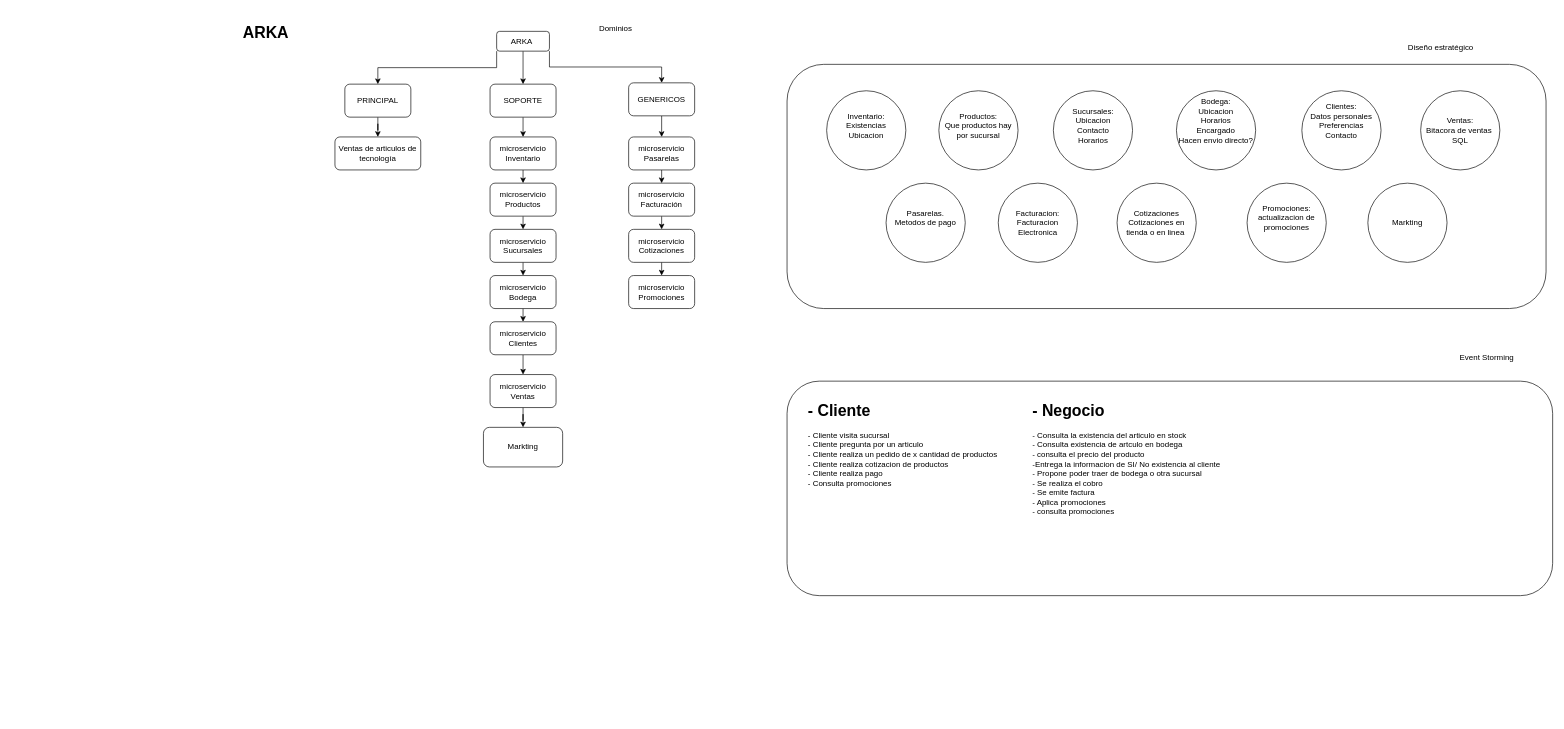
This is PROYECTO ETAPA 1/Diagrama ARKA.drawio from Santiago079393/AceleraTI2025, a draw.io file, before an edit. Source tidied: cells renumbered, new cells numbered last; positions are measured from the earlier drawing's top-left corner, leaving out a move shared by most shapes. Both pictures are drawn from the tidied source at 66%, with x=0, y=0 at pixel (236, 20).
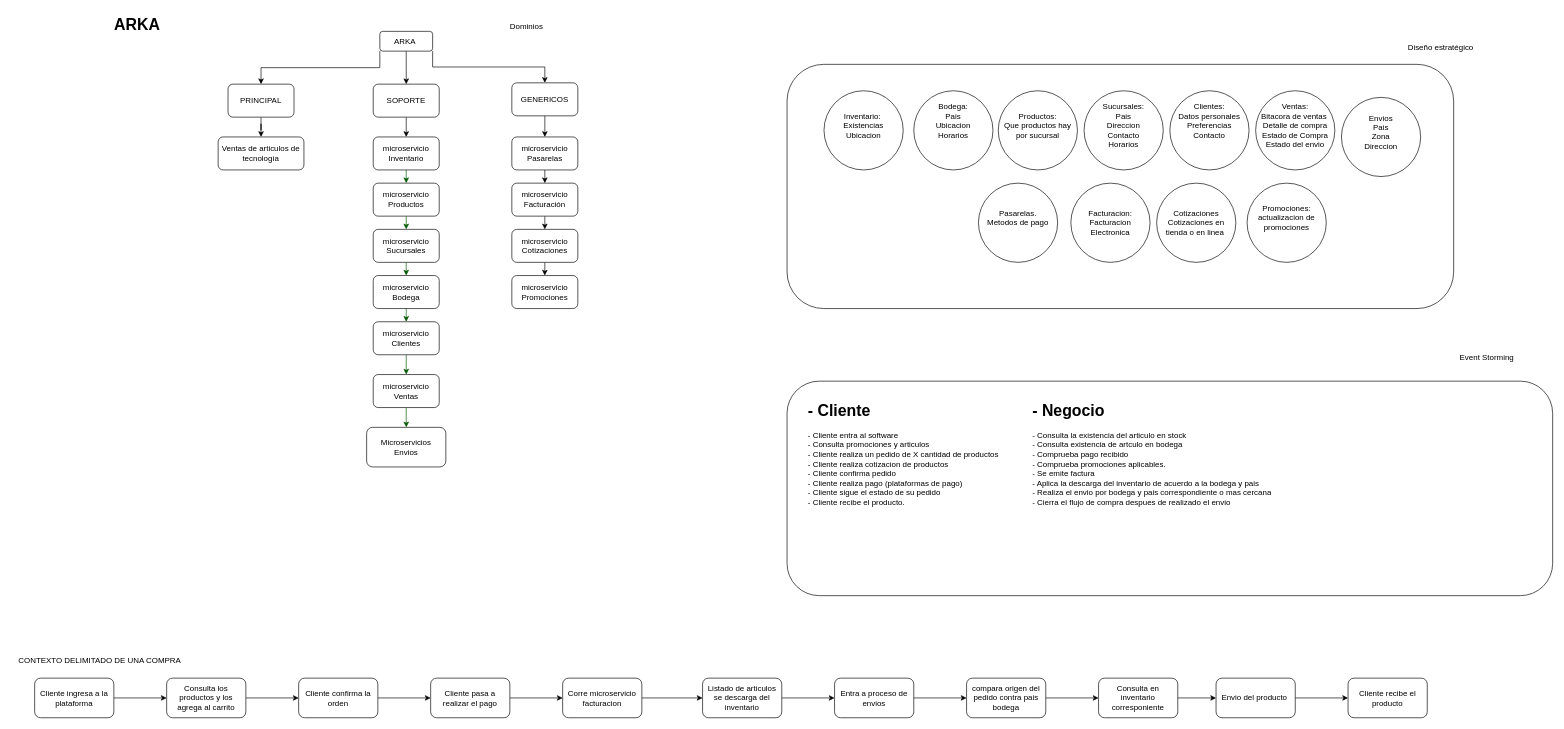
The same page after the edit.

Commit message:
actualizacion de diagrama Arka

Change to the diagram source:
```diff
@@
     <mxCell id="5" value="ARKA&amp;nbsp;" style="rounded=1;whiteSpace=wrap;html=1;" parent="1" vertex="1">
-      <mxGeometry x="395" y="17" width="80" height="30" as="geometry" />
+      <mxGeometry x="218" y="17" width="80" height="30" as="geometry" />
     </mxCell>
@@
     <mxCell id="7" value="PRINCIPAL" style="rounded=1;whiteSpace=wrap;html=1;" parent="1" vertex="1">
-      <mxGeometry x="165" y="97" width="100" height="50" as="geometry" />
+      <mxGeometry x="-12" y="97" width="100" height="50" as="geometry" />
     </mxCell>
@@
     <mxCell id="9" value="SOPORTE" style="rounded=1;whiteSpace=wrap;html=1;" parent="1" vertex="1">
-      <mxGeometry x="385" y="97" width="100" height="50" as="geometry" />
+      <mxGeometry x="208" y="97" width="100" height="50" as="geometry" />
     </mxCell>
@@
     <mxCell id="11" value="GENERICOS" style="rounded=1;whiteSpace=wrap;html=1;" parent="1" vertex="1">
-      <mxGeometry x="595" y="95" width="100" height="50" as="geometry" />
+      <mxGeometry x="418" y="95" width="100" height="50" as="geometry" />
     </mxCell>
-    <mxCell id="12" style="edgeStyle=orthogonalEdgeStyle;rounded=0;jettySize=auto;html=1;exitX=0.5;exitY=1;exitDx=0;exitDy=0;entryX=0.5;entryY=0;entryDx=0;entryDy=0;" parent="1" edge="1" source="13" target="25">
+    <mxCell id="12" style="edgeStyle=orthogonalEdgeStyle;rounded=0;jettySize=auto;html=1;exitX=0.5;exitY=1;exitDx=0;exitDy=0;entryX=0.5;entryY=0;entryDx=0;entryDy=0;fillColor=#008a00;strokeColor=#005700;" parent="1" edge="1" source="13" target="25">
       <mxGeometry relative="1" as="geometry" />
     </mxCell>
     <mxCell id="13" value="microservicio&lt;div&gt;Inventario&lt;/div&gt;" style="rounded=1;whiteSpace=wrap;html=1;" parent="1" vertex="1">
-      <mxGeometry x="385" y="177" width="100" height="50" as="geometry" />
+      <mxGeometry x="208" y="177" width="100" height="50" as="geometry" />
     </mxCell>
-    <mxCell id="14" style="edgeStyle=orthogonalEdgeStyle;rounded=0;jettySize=auto;html=1;exitX=0.5;exitY=1;exitDx=0;exitDy=0;entryX=0.5;entryY=0;entryDx=0;entryDy=0;" parent="1" edge="1" source="15" target="17">
+    <mxCell id="14" style="edgeStyle=orthogonalEdgeStyle;rounded=0;jettySize=auto;html=1;exitX=0.5;exitY=1;exitDx=0;exitDy=0;entryX=0.5;entryY=0;entryDx=0;entryDy=0;fillColor=#008a00;strokeColor=#005700;" parent="1" edge="1" source="15" target="17">
       <mxGeometry relative="1" as="geometry" />
     </mxCell>
     <mxCell id="15" value="microservicio&lt;div&gt;Sucursales&lt;/div&gt;" style="rounded=1;whiteSpace=wrap;html=1;" parent="1" vertex="1">
-      <mxGeometry x="385" y="317" width="100" height="50" as="geometry" />
+      <mxGeometry x="208" y="317" width="100" height="50" as="geometry" />
     </mxCell>
-    <mxCell id="16" style="edgeStyle=orthogonalEdgeStyle;rounded=0;jettySize=auto;html=1;exitX=0.5;exitY=1;exitDx=0;exitDy=0;entryX=0.5;entryY=0;entryDx=0;entryDy=0;" parent="1" edge="1" source="17" target="19">
+    <mxCell id="16" style="edgeStyle=orthogonalEdgeStyle;rounded=0;jettySize=auto;html=1;exitX=0.5;exitY=1;exitDx=0;exitDy=0;entryX=0.5;entryY=0;entryDx=0;entryDy=0;fillColor=#008a00;strokeColor=#005700;" parent="1" edge="1" source="17" target="19">
       <mxGeometry relative="1" as="geometry" />
     </mxCell>
     <mxCell id="17" value="microservicio&lt;div&gt;Bodega&lt;/div&gt;" style="rounded=1;whiteSpace=wrap;html=1;" parent="1" vertex="1">
-      <mxGeometry x="385" y="387" width="100" height="50" as="geometry" />
+      <mxGeometry x="208" y="387" width="100" height="50" as="geometry" />
     </mxCell>
-    <mxCell id="18" style="edgeStyle=orthogonalEdgeStyle;rounded=0;jettySize=auto;html=1;exitX=0.5;exitY=1;exitDx=0;exitDy=0;entryX=0.5;entryY=0;entryDx=0;entryDy=0;" parent="1" edge="1" source="19" target="30">
+    <mxCell id="18" style="edgeStyle=orthogonalEdgeStyle;rounded=0;jettySize=auto;html=1;exitX=0.5;exitY=1;exitDx=0;exitDy=0;entryX=0.5;entryY=0;entryDx=0;entryDy=0;fillColor=#008a00;strokeColor=#005700;" parent="1" edge="1" source="19" target="30">
       <mxGeometry relative="1" as="geometry" />
     </mxCell>
     <mxCell id="19" value="microservicio&lt;div&gt;Clientes&lt;/div&gt;" style="rounded=1;whiteSpace=wrap;html=1;" parent="1" vertex="1">
-      <mxGeometry x="385" y="457" width="100" height="50" as="geometry" />
+      <mxGeometry x="208" y="457" width="100" height="50" as="geometry" />
     </mxCell>
@@
     <mxCell id="21" value="microservicio&lt;div&gt;Pasarelas&lt;/div&gt;" style="rounded=1;whiteSpace=wrap;html=1;" parent="1" vertex="1">
-      <mxGeometry x="595" y="177" width="100" height="50" as="geometry" />
+      <mxGeometry x="418" y="177" width="100" height="50" as="geometry" />
     </mxCell>
@@
     <mxCell id="23" value="microservicio&lt;div&gt;Facturación&lt;/div&gt;" style="rounded=1;whiteSpace=wrap;html=1;" parent="1" vertex="1">
-      <mxGeometry x="595" y="247" width="100" height="50" as="geometry" />
+      <mxGeometry x="418" y="247" width="100" height="50" as="geometry" />
     </mxCell>
-    <mxCell id="24" style="edgeStyle=orthogonalEdgeStyle;rounded=0;jettySize=auto;html=1;exitX=0.5;exitY=1;exitDx=0;exitDy=0;entryX=0.5;entryY=0;entryDx=0;entryDy=0;" parent="1" edge="1" source="25" target="15">
+    <mxCell id="24" style="edgeStyle=orthogonalEdgeStyle;rounded=0;jettySize=auto;html=1;exitX=0.5;exitY=1;exitDx=0;exitDy=0;entryX=0.5;entryY=0;entryDx=0;entryDy=0;fillColor=#008a00;strokeColor=#005700;" parent="1" edge="1" source="25" target="15">
       <mxGeometry relative="1" as="geometry" />
     </mxCell>
     <mxCell id="25" value="microservicio&lt;div&gt;Productos&lt;/div&gt;" style="rounded=1;whiteSpace=wrap;html=1;" parent="1" vertex="1">
-      <mxGeometry x="385" y="247" width="100" height="50" as="geometry" />
+      <mxGeometry x="208" y="247" width="100" height="50" as="geometry" />
     </mxCell>
     <mxCell id="26" value="Ventas de articulos de tecnología" style="rounded=1;whiteSpace=wrap;html=1;" parent="1" vertex="1">
-      <mxGeometry x="150" y="177" width="130" height="50" as="geometry" />
+      <mxGeometry x="-27" y="177" width="130" height="50" as="geometry" />
     </mxCell>
@@
     <mxCell id="28" value="microservicio&lt;div&gt;Cotizaciones&lt;/div&gt;" style="rounded=1;whiteSpace=wrap;html=1;" parent="1" vertex="1">
-      <mxGeometry x="595" y="317" width="100" height="50" as="geometry" />
+      <mxGeometry x="418" y="317" width="100" height="50" as="geometry" />
     </mxCell>
-    <mxCell id="29" style="edgeStyle=orthogonalEdgeStyle;rounded=0;jettySize=auto;html=1;" parent="1" edge="1" source="30" target="32">
-      <mxGeometry relative="1" as="geometry" />
+    <mxCell id="29" style="edgeStyle=orthogonalEdgeStyle;rounded=0;jettySize=auto;html=1;fillColor=#008a00;strokeColor=#005700;" parent="1" edge="1" source="30">
+      <mxGeometry relative="1" as="geometry">
+        <mxPoint x="258.1" y="617" as="targetPoint" />
+      </mxGeometry>
     </mxCell>
     <mxCell id="30" value="microservicio&lt;div&gt;Ventas&lt;/div&gt;" style="rounded=1;whiteSpace=wrap;html=1;" parent="1" vertex="1">
-      <mxGeometry x="385" y="537" width="100" height="50" as="geometry" />
+      <mxGeometry x="208" y="537" width="100" height="50" as="geometry" />
     </mxCell>
     <mxCell id="31" value="microservicio&lt;div&gt;Promociones&lt;/div&gt;" style="rounded=1;whiteSpace=wrap;html=1;" parent="1" vertex="1">
-      <mxGeometry x="595" y="387" width="100" height="50" as="geometry" />
+      <mxGeometry x="418" y="387" width="100" height="50" as="geometry" />
     </mxCell>
-    <mxCell id="32" value="Markting" style="whiteSpace=wrap;html=1;rounded=1;" parent="1" vertex="1">
-      <mxGeometry x="375" y="617" width="120" height="60" as="geometry" />
-    </mxCell>
     <mxCell id="33" value="Dominios&lt;div&gt;&lt;br&gt;&lt;/div&gt;" style="text;html=1;align=center;verticalAlign=middle;strokeColor=none;fillColor=none;" parent="1" vertex="1">
-      <mxGeometry x="540" width="70" height="40" as="geometry" />
+      <mxGeometry x="405" y="-3" width="70" height="40" as="geometry" />
     </mxCell>
@@
     <mxCell id="35" style="rounded=1;whiteSpace=wrap;html=1;" parent="1" vertex="1">
-      <mxGeometry x="835" y="67" width="1150" height="370" as="geometry" />
+      <mxGeometry x="835" y="67" width="1010" height="370" as="geometry" />
     </mxCell>
-    <mxCell id="36" value="Ventas:&lt;div&gt;Bitacora de ventas&amp;nbsp;&lt;/div&gt;&lt;div&gt;SQL&lt;/div&gt;" style="ellipse;whiteSpace=wrap;html=1;" parent="1" vertex="1">
-      <mxGeometry x="1795" y="107" width="120" height="120" as="geometry" />
+    <mxCell id="36" value="Ventas:&lt;div&gt;Bitacora de ventas&amp;nbsp;&lt;/div&gt;&lt;div&gt;Detalle de compra&lt;/div&gt;&lt;div&gt;Estado de Compra&lt;/div&gt;&lt;div&gt;Estado del envio&lt;/div&gt;&lt;div&gt;&lt;br&gt;&lt;/div&gt;" style="ellipse;whiteSpace=wrap;html=1;" parent="1" vertex="1">
+      <mxGeometry x="1545" y="107" width="120" height="120" as="geometry" />
     </mxCell>
     <mxCell id="37" value="Clientes:&lt;div&gt;Datos personales&lt;/div&gt;&lt;div&gt;Preferencias&lt;/div&gt;&lt;div&gt;Contacto&lt;/div&gt;&lt;div&gt;&lt;br&gt;&lt;/div&gt;&lt;div&gt;&lt;br&gt;&lt;/div&gt;" style="ellipse;whiteSpace=wrap;html=1;" parent="1" vertex="1">
-      <mxGeometry x="1615" y="107" width="120" height="120" as="geometry" />
+      <mxGeometry x="1415" y="107" width="120" height="120" as="geometry" />
     </mxCell>
-    <mxCell id="38" value="Bodega:&lt;div&gt;Ubicacion&lt;/div&gt;&lt;div&gt;Horarios&lt;/div&gt;&lt;div&gt;Encargado&lt;/div&gt;&lt;div&gt;Hacen envio directo?&lt;/div&gt;&lt;div&gt;&lt;br&gt;&lt;/div&gt;&lt;div&gt;&lt;br&gt;&lt;/div&gt;" style="ellipse;whiteSpace=wrap;html=1;" parent="1" vertex="1">
-      <mxGeometry x="1425" y="107" width="120" height="120" as="geometry" />
+    <mxCell id="38" value="Bodega:&lt;div&gt;Pais&lt;br&gt;&lt;div&gt;Ubicacion&lt;/div&gt;&lt;div&gt;Horarios&lt;/div&gt;&lt;div&gt;&lt;br&gt;&lt;/div&gt;&lt;div&gt;&lt;br&gt;&lt;/div&gt;&lt;/div&gt;" style="ellipse;whiteSpace=wrap;html=1;" parent="1" vertex="1">
+      <mxGeometry x="1027" y="107" width="120" height="120" as="geometry" />
     </mxCell>
-    <mxCell id="39" value="Sucursales:&lt;div&gt;Ubicacion&lt;/div&gt;&lt;div&gt;Contacto&lt;/div&gt;&lt;div&gt;Horarios&lt;/div&gt;&lt;div&gt;&lt;br&gt;&lt;/div&gt;" style="ellipse;whiteSpace=wrap;html=1;" parent="1" vertex="1">
-      <mxGeometry x="1238.5" y="107" width="120" height="120" as="geometry" />
+    <mxCell id="39" value="Sucursales:&lt;div&gt;Pais&lt;/div&gt;&lt;div&gt;Direccion&lt;/div&gt;&lt;div&gt;Contacto&lt;/div&gt;&lt;div&gt;Horarios&lt;/div&gt;&lt;div&gt;&lt;br&gt;&lt;/div&gt;" style="ellipse;whiteSpace=wrap;html=1;" parent="1" vertex="1">
+      <mxGeometry x="1285" y="107" width="120" height="120" as="geometry" />
     </mxCell>
     <mxCell id="40" value="Productos:&lt;div&gt;Que productos hay por sucursal&lt;/div&gt;&lt;div&gt;&lt;br&gt;&lt;/div&gt;" style="ellipse;whiteSpace=wrap;html=1;" parent="1" vertex="1">
-      <mxGeometry x="1065" y="107" width="120" height="120" as="geometry" />
+      <mxGeometry x="1155" y="107" width="120" height="120" as="geometry" />
     </mxCell>
-    <mxCell id="41" value="Inventario:&lt;div&gt;Existencias&lt;/div&gt;&lt;div&gt;Ubicacion&lt;/div&gt;&lt;div&gt;&lt;br&gt;&lt;/div&gt;" style="ellipse;whiteSpace=wrap;html=1;" parent="1" vertex="1">
-      <mxGeometry x="895" y="107" width="120" height="120" as="geometry" />
+    <mxCell id="41" value="Inventario:&lt;span style=&quot;background-color: transparent; color: light-dark(rgb(0, 0, 0), rgb(255, 255, 255));&quot;&gt;&amp;nbsp;&lt;/span&gt;&lt;div&gt;&lt;div&gt;Existencias&lt;/div&gt;&lt;div&gt;Ubicacion&lt;/div&gt;&lt;div&gt;&lt;br&gt;&lt;/div&gt;&lt;/div&gt;" style="ellipse;whiteSpace=wrap;html=1;" parent="1" vertex="1">
+      <mxGeometry x="891" y="107" width="120" height="120" as="geometry" />
     </mxCell>
@@
     <mxCell id="43" value="&lt;div&gt;Pasarelas.&lt;/div&gt;&lt;div&gt;Metodos de pago&lt;/div&gt;&lt;div&gt;&lt;br&gt;&lt;/div&gt;" style="ellipse;whiteSpace=wrap;html=1;" parent="1" vertex="1">
-      <mxGeometry x="985" y="247" width="120" height="120" as="geometry" />
+      <mxGeometry x="1125" y="247" width="120" height="120" as="geometry" />
     </mxCell>
     <mxCell id="44" value="&lt;div&gt;Facturacion:&lt;/div&gt;&lt;div&gt;Facturacion Electronica&lt;/div&gt;" style="ellipse;whiteSpace=wrap;html=1;" parent="1" vertex="1">
-      <mxGeometry x="1155" y="247" width="120" height="120" as="geometry" />
+      <mxGeometry x="1265" y="247" width="120" height="120" as="geometry" />
     </mxCell>
     <mxCell id="45" value="&lt;div&gt;Cotizaciones&lt;/div&gt;&lt;div&gt;Cotizaciones en tienda o en linea&amp;nbsp;&lt;/div&gt;" style="ellipse;whiteSpace=wrap;html=1;" parent="1" vertex="1">
-      <mxGeometry x="1335" y="247" width="120" height="120" as="geometry" />
+      <mxGeometry x="1395" y="247" width="120" height="120" as="geometry" />
     </mxCell>
@@
-    <mxCell id="47" value="&lt;div&gt;Markting&lt;/div&gt;" style="ellipse;whiteSpace=wrap;html=1;" parent="1" vertex="1">
-      <mxGeometry x="1715" y="247" width="120" height="120" as="geometry" />
-    </mxCell>
@@
-    <mxCell id="49" value="&lt;h1 style=&quot;margin-top: 0px;&quot;&gt;- Cliente&lt;/h1&gt;&lt;div&gt;- Cliente visita sucursal&lt;/div&gt;&lt;div&gt;- Cliente pregunta por un articulo&lt;/div&gt;&lt;div&gt;- Cliente realiza un pedido de x cantidad de productos&lt;/div&gt;&lt;div&gt;- Cliente realiza cotizacion de productos&lt;/div&gt;&lt;div&gt;- Cliente realiza pago&lt;/div&gt;&lt;div&gt;- Consulta promociones&lt;/div&gt;&lt;div&gt;&lt;br&gt;&lt;/div&gt;" style="text;html=1;whiteSpace=wrap;overflow=hidden;rounded=0;" parent="1" vertex="1">
+    <mxCell id="49" value="&lt;h1 style=&quot;margin-top: 0px;&quot;&gt;- Cliente&lt;/h1&gt;&lt;div&gt;- Cliente entra al software&lt;/div&gt;&lt;div&gt;- Consulta promociones y articulos&lt;/div&gt;&lt;div&gt;- Cliente realiza un pedido de X cantidad de productos&lt;/div&gt;&lt;div&gt;- Cliente realiza cotizacion de productos&lt;/div&gt;&lt;div&gt;- Cliente confirma pedido&amp;nbsp;&lt;/div&gt;&lt;div&gt;- Cliente realiza pago (plataformas de pago)&lt;/div&gt;&lt;div&gt;- Cliente sigue el estado de su pedido&lt;/div&gt;&lt;div&gt;- Cliente recibe el producto.&lt;/div&gt;&lt;div&gt;&lt;br&gt;&lt;/div&gt;&lt;div&gt;&lt;br&gt;&lt;/div&gt;" style="text;html=1;whiteSpace=wrap;overflow=hidden;rounded=0;" parent="1" vertex="1">
       <mxGeometry x="865" y="571" width="400" height="266" as="geometry" />
     </mxCell>
-    <mxCell id="50" value="&lt;h1 style=&quot;margin-top: 0px;&quot;&gt;- Negocio&lt;/h1&gt;&lt;div&gt;- Consulta la existencia del articulo en stock&lt;/div&gt;&lt;div&gt;- Consulta existencia de artculo en bodega&lt;/div&gt;&lt;div&gt;- consulta el precio del producto&amp;nbsp;&lt;/div&gt;&lt;div&gt;-Entrega la informacion de SI/ No existencia al cliente&lt;/div&gt;&lt;div&gt;- Propone poder traer de bodega o otra sucursal&lt;/div&gt;&lt;div&gt;- Se realiza el cobro&lt;/div&gt;&lt;div&gt;- Se emite factura&lt;/div&gt;&lt;div&gt;- Aplica promociones&lt;/div&gt;&lt;div&gt;- consulta promociones&lt;/div&gt;&lt;div&gt;&lt;br&gt;&lt;/div&gt;&lt;div&gt;&lt;br&gt;&lt;/div&gt;" style="text;html=1;whiteSpace=wrap;overflow=hidden;rounded=0;" parent="1" vertex="1">
+    <mxCell id="50" value="&lt;h1 style=&quot;margin-top: 0px;&quot;&gt;- Negocio&lt;/h1&gt;&lt;div&gt;- Consulta la existencia del articulo en stock&amp;nbsp;&lt;/div&gt;&lt;div&gt;- Consulta existencia de artculo en bodega&lt;/div&gt;&lt;div&gt;- Comprueba pago recibido&lt;/div&gt;&lt;div&gt;- Comprueba promociones aplicables.&lt;/div&gt;&lt;div&gt;- Se emite factura&lt;/div&gt;&lt;div&gt;- Aplica la descarga del inventario de acuerdo a la bodega y pais&lt;/div&gt;&lt;div&gt;- Realiza el envio por bodega y pais correspondiente o mas cercana&lt;/div&gt;&lt;div&gt;- Cierra el flujo de compra despues de realizado el envio&amp;nbsp;&lt;/div&gt;&lt;div&gt;&lt;br&gt;&lt;/div&gt;&lt;div&gt;&lt;br&gt;&lt;/div&gt;&lt;div&gt;&lt;br&gt;&lt;/div&gt;" style="text;html=1;whiteSpace=wrap;overflow=hidden;rounded=0;" parent="1" vertex="1">
       <mxGeometry x="1205" y="571" width="400" height="266" as="geometry" />
     </mxCell>
     <mxCell id="51" value="&lt;b&gt;&lt;font style=&quot;font-size: 24px;&quot;&gt;ARKA&lt;/font&gt;&lt;/b&gt;" style="text;html=1;align=center;verticalAlign=middle;strokeColor=none;fillColor=none;" parent="1" vertex="1">
-      <mxGeometry width="90" height="40" as="geometry" />
+      <mxGeometry x="-195" y="-13" width="90" height="40" as="geometry" />
     </mxCell>
+    <mxCell id="52" value="Microservicios&lt;div&gt;Envios&lt;/div&gt;" style="whiteSpace=wrap;html=1;rounded=1;" parent="1" vertex="1">
+      <mxGeometry x="198" y="617" width="120" height="60" as="geometry" />
+    </mxCell>
+    <mxCell id="53" value="&lt;div&gt;Envios&lt;/div&gt;&lt;div&gt;Pais&lt;/div&gt;&lt;div&gt;Zona&lt;/div&gt;&lt;div&gt;Direccion&lt;/div&gt;&lt;div&gt;&lt;br&gt;&lt;/div&gt;" style="ellipse;whiteSpace=wrap;html=1;" parent="1" vertex="1">
+      <mxGeometry x="1675" y="117" width="120" height="120" as="geometry" />
+    </mxCell>
+    <mxCell id="54" value="CONTEXTO DELIMITADO DE UNA COMPRA&amp;nbsp;" style="text;html=1;align=center;verticalAlign=middle;strokeColor=none;fillColor=none;" parent="1" vertex="1">
+      <mxGeometry x="-340" y="955" width="270" height="30" as="geometry" />
+    </mxCell>
+    <mxCell id="55" style="edgeStyle=orthogonalEdgeStyle;rounded=0;jettySize=auto;html=1;" parent="1" edge="1" source="56" target="58">
+      <mxGeometry relative="1" as="geometry" />
+    </mxCell>
+    <mxCell id="56" value="Cliente ingresa a la plataforma" style="rounded=1;whiteSpace=wrap;html=1;" parent="1" vertex="1">
+      <mxGeometry x="-305" y="997" width="120" height="60" as="geometry" />
+    </mxCell>
+    <mxCell id="57" style="edgeStyle=orthogonalEdgeStyle;rounded=0;jettySize=auto;html=1;" parent="1" edge="1" source="58" target="60">
+      <mxGeometry relative="1" as="geometry" />
+    </mxCell>
+    <mxCell id="58" value="Consulta los productos y los agrega al carrito" style="rounded=1;whiteSpace=wrap;html=1;" parent="1" vertex="1">
+      <mxGeometry x="-105" y="997" width="120" height="60" as="geometry" />
+    </mxCell>
+    <mxCell id="59" style="edgeStyle=orthogonalEdgeStyle;rounded=0;jettySize=auto;html=1;" parent="1" edge="1" source="60" target="62">
+      <mxGeometry relative="1" as="geometry" />
+    </mxCell>
+    <mxCell id="60" value="Cliente confirma la orden" style="rounded=1;whiteSpace=wrap;html=1;" parent="1" vertex="1">
+      <mxGeometry x="95" y="997" width="120" height="60" as="geometry" />
+    </mxCell>
+    <mxCell id="61" style="edgeStyle=orthogonalEdgeStyle;rounded=0;jettySize=auto;html=1;" parent="1" edge="1" source="62" target="68">
+      <mxGeometry relative="1" as="geometry" />
+    </mxCell>
+    <mxCell id="62" value="Cliente pasa a realizar el pago" style="rounded=1;whiteSpace=wrap;html=1;" parent="1" vertex="1">
+      <mxGeometry x="295" y="997" width="120" height="60" as="geometry" />
+    </mxCell>
+    <mxCell id="63" style="edgeStyle=orthogonalEdgeStyle;rounded=0;jettySize=auto;html=1;" parent="1" edge="1" source="64" target="66">
+      <mxGeometry relative="1" as="geometry" />
+    </mxCell>
+    <mxCell id="64" value="Listado de articulos se descarga del inventario" style="rounded=1;whiteSpace=wrap;html=1;" parent="1" vertex="1">
+      <mxGeometry x="707" y="997" width="120" height="60" as="geometry" />
+    </mxCell>
+    <mxCell id="65" style="edgeStyle=orthogonalEdgeStyle;rounded=0;jettySize=auto;html=1;" parent="1" edge="1" source="66" target="70">
+      <mxGeometry relative="1" as="geometry" />
+    </mxCell>
+    <mxCell id="66" value="Entra a proceso de envios" style="rounded=1;whiteSpace=wrap;html=1;" parent="1" vertex="1">
+      <mxGeometry x="907" y="997" width="120" height="60" as="geometry" />
+    </mxCell>
+    <mxCell id="67" style="edgeStyle=orthogonalEdgeStyle;rounded=0;jettySize=auto;html=1;" parent="1" edge="1" source="68" target="64">
+      <mxGeometry relative="1" as="geometry" />
+    </mxCell>
+    <mxCell id="68" value="Corre microservicio facturacion" style="rounded=1;whiteSpace=wrap;html=1;" parent="1" vertex="1">
+      <mxGeometry x="495" y="997" width="120" height="60" as="geometry" />
+    </mxCell>
+    <mxCell id="69" style="edgeStyle=orthogonalEdgeStyle;rounded=0;jettySize=auto;html=1;" parent="1" edge="1" source="70" target="72">
+      <mxGeometry relative="1" as="geometry" />
+    </mxCell>
+    <mxCell id="70" value="compara origen del pedido contra pais bodega" style="rounded=1;whiteSpace=wrap;html=1;" parent="1" vertex="1">
+      <mxGeometry x="1107" y="997" width="120" height="60" as="geometry" />
+    </mxCell>
+    <mxCell id="71" style="edgeStyle=orthogonalEdgeStyle;rounded=0;jettySize=auto;html=1;" parent="1" edge="1" source="72" target="74">
+      <mxGeometry relative="1" as="geometry" />
+    </mxCell>
+    <mxCell id="72" value="Consulta en inventario corresponiente" style="rounded=1;whiteSpace=wrap;html=1;" parent="1" vertex="1">
+      <mxGeometry x="1307" y="997" width="120" height="60" as="geometry" />
+    </mxCell>
+    <mxCell id="73" style="edgeStyle=orthogonalEdgeStyle;rounded=0;jettySize=auto;html=1;" parent="1" edge="1" source="74" target="75">
+      <mxGeometry relative="1" as="geometry" />
+    </mxCell>
+    <mxCell id="74" value="Envio del producto&amp;nbsp;" style="rounded=1;whiteSpace=wrap;html=1;" parent="1" vertex="1">
+      <mxGeometry x="1485" y="997" width="120" height="60" as="geometry" />
+    </mxCell>
+    <mxCell id="75" value="Cliente recibe el producto" style="rounded=1;whiteSpace=wrap;html=1;" parent="1" vertex="1">
+      <mxGeometry x="1685" y="997" width="120" height="60" as="geometry" />
+    </mxCell>
```
